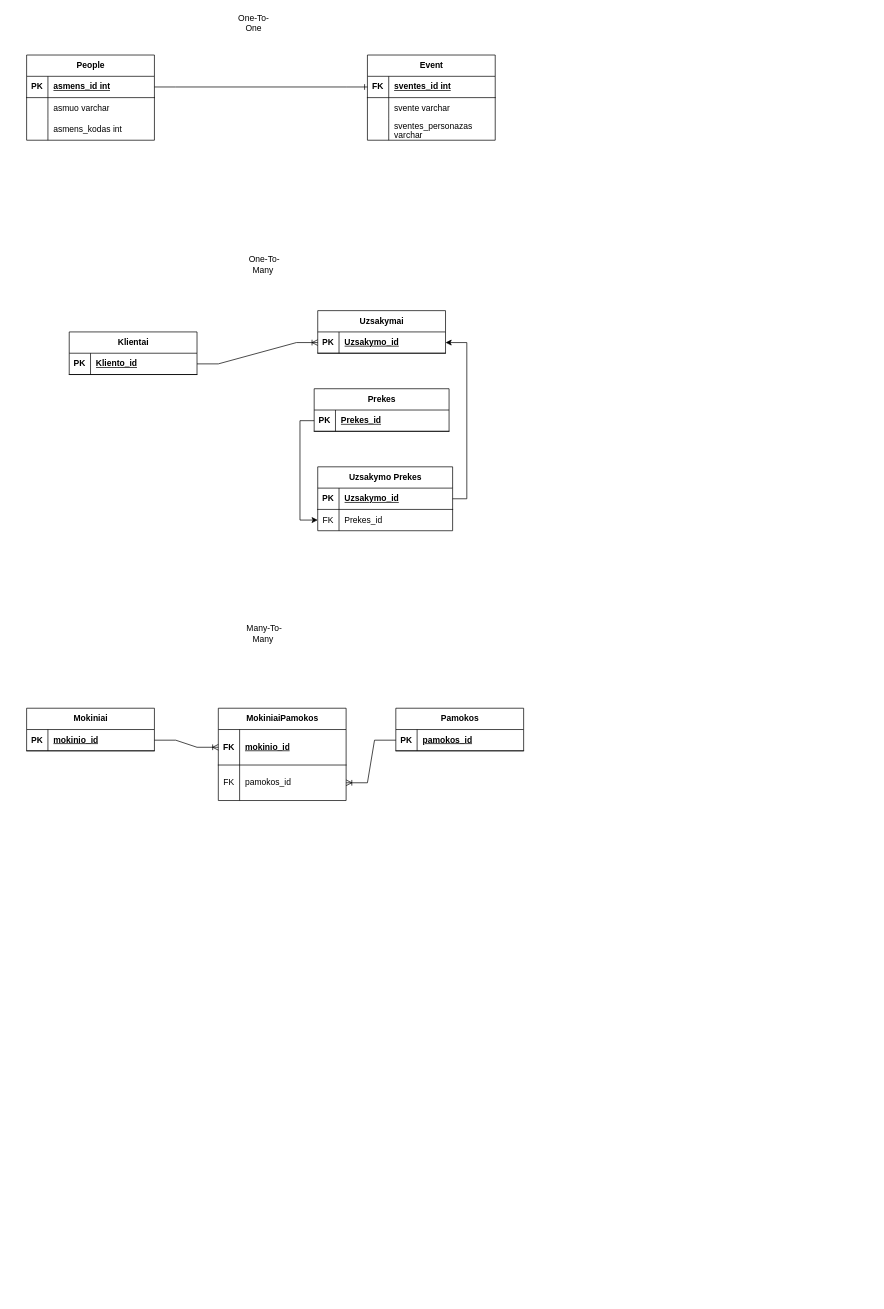
Earlier version of the draw.io diagram 2/hmm.drawio (kestulka/sql). Source tidied: cells renumbered, new cells numbered last; positions are measured from the earlier drawing's top-left corner, leaving out a move shared by most shapes. Both pictures are drawn from the tidied source at 71%, with x=0, y=0 at pixel (26, 12).
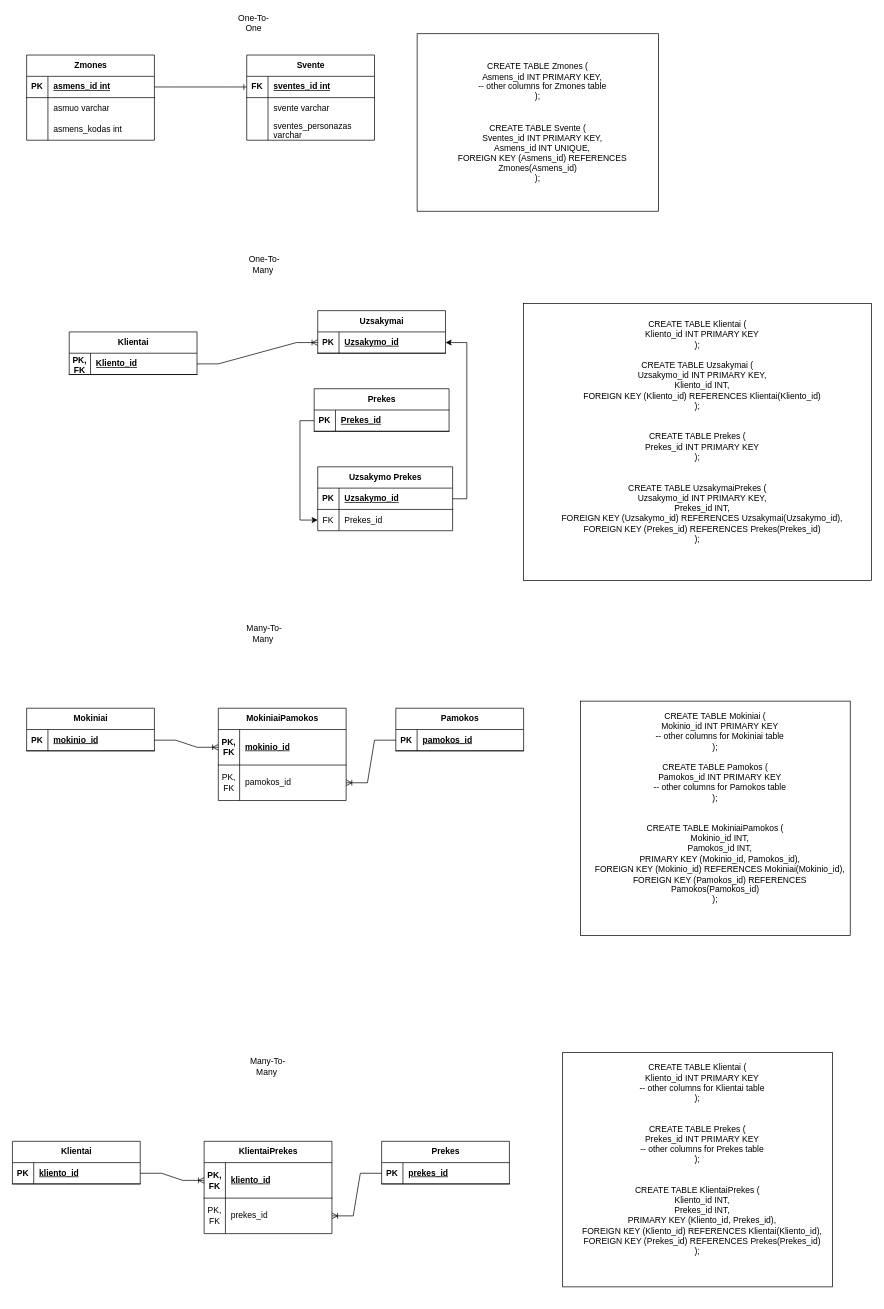
The same page after the edit.

The change refers to these unchanged cells:
```xml
<mxCell id="40" style="shape=tableRow;horizontal=0;startSize=0;swimlaneHead=0;swimlaneBody=0;fillColor=none;points=[[0,0.5],[1,0.5]];portConstraint=eastwest;top=0;left=0;right=0;bottom=1;" parent="39" vertex="1">
  <mxGeometry y="30" width="180" height="30" as="geometry" />
</mxCell>
<mxCell id="56" style="shape=tableRow;horizontal=0;startSize=0;swimlaneHead=0;swimlaneBody=0;fillColor=none;points=[[0,0.5],[1,0.5]];portConstraint=eastwest;top=0;left=0;right=0;bottom=1;" parent="55" vertex="1">
  <mxGeometry y="30" width="180" height="50" as="geometry" />
</mxCell>
<mxCell id="59" style="shape=tableRow;horizontal=0;startSize=0;swimlaneHead=0;swimlaneBody=0;fillColor=none;points=[[0,0.5],[1,0.5]];portConstraint=eastwest;top=0;left=0;right=0;bottom=0;" parent="55" vertex="1">
  <mxGeometry y="80" width="180" height="50" as="geometry" />
</mxCell>
```

The edit, as a diff of the source:
```diff
@@
-    <mxCell id="2" value="People" style="shape=table;startSize=30;childLayout=tableLayout;rowLines=0;fontStyle=1;align=center;html=1;" parent="1" vertex="1">
+    <mxCell id="2" value="Zmones" style="shape=table;startSize=30;childLayout=tableLayout;rowLines=0;fontStyle=1;align=center;html=1;" parent="1" vertex="1">
       <mxGeometry y="60" width="180" height="120" as="geometry" />
     </mxCell>
@@
-    <mxCell id="12" value="Event" style="shape=table;startSize=30;childLayout=tableLayout;rowLines=0;fontStyle=1;align=center;html=1;" parent="1" vertex="1">
-      <mxGeometry x="480" y="60" width="180" height="120" as="geometry" />
+    <mxCell id="12" value="Svente" style="shape=table;startSize=30;childLayout=tableLayout;rowLines=0;fontStyle=1;align=center;html=1;" parent="1" vertex="1">
+      <mxGeometry x="310" y="60" width="180" height="120" as="geometry" />
     </mxCell>
@@
-    <mxCell id="41" value="PK" style="shape=partialRectangle;fillColor=none;top=0;left=0;bottom=0;right=0;fontStyle=1;overflow=hidden;whiteSpace=wrap;html=1;" parent="40" vertex="1">
+    <mxCell id="41" value="PK, FK" style="shape=partialRectangle;fillColor=none;top=0;left=0;bottom=0;right=0;fontStyle=1;overflow=hidden;whiteSpace=wrap;html=1;" parent="40" vertex="1">
       <mxGeometry width="30" height="30" as="geometry" />
     </mxCell>
@@
-    <mxCell id="57" value="FK" style="shape=partialRectangle;fillColor=none;top=0;left=0;bottom=0;right=0;fontStyle=1;overflow=hidden;whiteSpace=wrap;html=1;" parent="56" vertex="1">
+    <mxCell id="57" value="PK, FK" style="shape=partialRectangle;fillColor=none;top=0;left=0;bottom=0;right=0;fontStyle=1;overflow=hidden;whiteSpace=wrap;html=1;" parent="56" vertex="1">
       <mxGeometry width="30" height="50" as="geometry" />
     </mxCell>
@@
-    <mxCell id="60" value="FK" style="shape=partialRectangle;fillColor=none;top=0;left=0;bottom=0;right=0;overflow=hidden;whiteSpace=wrap;html=1;" parent="59" vertex="1">
+    <mxCell id="60" value="PK, FK" style="shape=partialRectangle;fillColor=none;top=0;left=0;bottom=0;right=0;overflow=hidden;whiteSpace=wrap;html=1;" parent="59" vertex="1">
       <mxGeometry width="30" height="50" as="geometry" />
     </mxCell>
@@
+    <mxCell id="65" value="Many-To-Many&amp;nbsp;" style="text;strokeColor=none;align=center;fillColor=none;html=1;verticalAlign=middle;whiteSpace=wrap;rounded=0;" parent="1" vertex="1">
+      <mxGeometry x="310" y="1470" width="60" height="30" as="geometry" />
+    </mxCell>
+    <mxCell id="66" value="Klientai" style="shape=table;startSize=30;childLayout=tableLayout;rowLines=0;fontStyle=1;align=center;html=1;" parent="1" vertex="1">
+      <mxGeometry x="-20" y="1590" width="180" height="60" as="geometry" />
+    </mxCell>
+    <mxCell id="67" style="shape=tableRow;horizontal=0;startSize=0;swimlaneHead=0;swimlaneBody=0;fillColor=none;points=[[0,0.5],[1,0.5]];portConstraint=eastwest;top=0;left=0;right=0;bottom=1;" parent="66" vertex="1">
+      <mxGeometry y="30" width="180" height="30" as="geometry" />
+    </mxCell>
+    <mxCell id="68" value="PK" style="shape=partialRectangle;fillColor=none;top=0;left=0;bottom=0;right=0;fontStyle=1;overflow=hidden;whiteSpace=wrap;html=1;" parent="67" vertex="1">
+      <mxGeometry width="30" height="30" as="geometry" />
+    </mxCell>
+    <mxCell id="69" value="kliento_id" style="shape=partialRectangle;fillColor=none;top=0;left=0;bottom=0;right=0;align=left;spacingLeft=6;fontStyle=5;overflow=hidden;whiteSpace=wrap;html=1;" parent="67" vertex="1">
+      <mxGeometry x="30" width="150" height="30" as="geometry" />
+    </mxCell>
+    <mxCell id="70" value="Prekes" style="shape=table;startSize=30;childLayout=tableLayout;rowLines=0;fontStyle=1;align=center;html=1;" parent="1" vertex="1">
+      <mxGeometry x="500" y="1590" width="180" height="60" as="geometry" />
+    </mxCell>
+    <mxCell id="71" style="shape=tableRow;horizontal=0;startSize=0;swimlaneHead=0;swimlaneBody=0;fillColor=none;points=[[0,0.5],[1,0.5]];portConstraint=eastwest;top=0;left=0;right=0;bottom=1;" parent="70" vertex="1">
+      <mxGeometry y="30" width="180" height="30" as="geometry" />
+    </mxCell>
+    <mxCell id="72" value="PK" style="shape=partialRectangle;fillColor=none;top=0;left=0;bottom=0;right=0;fontStyle=1;overflow=hidden;whiteSpace=wrap;html=1;" parent="71" vertex="1">
+      <mxGeometry width="30" height="30" as="geometry" />
+    </mxCell>
+    <mxCell id="73" value="prekes_id" style="shape=partialRectangle;fillColor=none;top=0;left=0;bottom=0;right=0;align=left;spacingLeft=6;fontStyle=5;overflow=hidden;whiteSpace=wrap;html=1;" parent="71" vertex="1">
+      <mxGeometry x="30" width="150" height="30" as="geometry" />
+    </mxCell>
+    <mxCell id="74" value="KlientaiPrekes" style="shape=table;startSize=30;childLayout=tableLayout;rowLines=0;fontStyle=1;align=center;html=1;" parent="1" vertex="1">
+      <mxGeometry x="250" y="1590" width="180" height="130" as="geometry" />
+    </mxCell>
+    <mxCell id="75" style="shape=tableRow;horizontal=0;startSize=0;swimlaneHead=0;swimlaneBody=0;fillColor=none;points=[[0,0.5],[1,0.5]];portConstraint=eastwest;top=0;left=0;right=0;bottom=1;" parent="74" vertex="1">
+      <mxGeometry y="30" width="180" height="50" as="geometry" />
+    </mxCell>
+    <mxCell id="76" value="PK, FK" style="shape=partialRectangle;fillColor=none;top=0;left=0;bottom=0;right=0;fontStyle=1;overflow=hidden;whiteSpace=wrap;html=1;" parent="75" vertex="1">
+      <mxGeometry width="30" height="50" as="geometry" />
+    </mxCell>
+    <mxCell id="77" value="kliento_id" style="shape=partialRectangle;fillColor=none;top=0;left=0;bottom=0;right=0;align=left;spacingLeft=6;fontStyle=5;overflow=hidden;whiteSpace=wrap;html=1;" parent="75" vertex="1">
+      <mxGeometry x="30" width="150" height="50" as="geometry" />
+    </mxCell>
+    <mxCell id="78" style="shape=tableRow;horizontal=0;startSize=0;swimlaneHead=0;swimlaneBody=0;fillColor=none;points=[[0,0.5],[1,0.5]];portConstraint=eastwest;top=0;left=0;right=0;bottom=0;" parent="74" vertex="1">
+      <mxGeometry y="80" width="180" height="50" as="geometry" />
+    </mxCell>
+    <mxCell id="79" value="PK, FK" style="shape=partialRectangle;fillColor=none;top=0;left=0;bottom=0;right=0;overflow=hidden;whiteSpace=wrap;html=1;" parent="78" vertex="1">
+      <mxGeometry width="30" height="50" as="geometry" />
+    </mxCell>
+    <mxCell id="80" value="prekes_id" style="shape=partialRectangle;fillColor=none;top=0;left=0;bottom=0;right=0;align=left;spacingLeft=6;overflow=hidden;whiteSpace=wrap;html=1;" parent="78" vertex="1">
+      <mxGeometry x="30" width="150" height="50" as="geometry" />
+    </mxCell>
+    <mxCell id="81" style="edgeStyle=entityRelationEdgeStyle;fontSize=12;html=1;endArrow=ERoneToMany;rounded=0;exitX=1;exitY=0.5;exitDx=0;exitDy=0;entryX=0;entryY=0.5;entryDx=0;entryDy=0;" parent="1" edge="1" source="67" target="75">
+      <mxGeometry relative="1" as="geometry" />
+    </mxCell>
+    <mxCell id="82" style="edgeStyle=entityRelationEdgeStyle;fontSize=12;html=1;endArrow=ERoneToMany;rounded=0;exitX=0;exitY=0.5;exitDx=0;exitDy=0;entryX=1;entryY=0.5;entryDx=0;entryDy=0;" parent="1" edge="1" source="71" target="78">
+      <mxGeometry relative="1" as="geometry" />
+    </mxCell>
+    <mxCell id="83" value="&lt;div&gt;&lt;br&gt;&lt;/div&gt;&lt;div&gt;CREATE TABLE Zmones (&lt;/div&gt;&lt;div&gt;&amp;nbsp; &amp;nbsp; Asmens_id INT PRIMARY KEY,&lt;/div&gt;&lt;div&gt;&amp;nbsp; &amp;nbsp; -- other columns for Zmones table&lt;/div&gt;&lt;div&gt;);&lt;/div&gt;&lt;div&gt;&lt;br&gt;&lt;/div&gt;&lt;div&gt;&lt;br&gt;&lt;/div&gt;&lt;div&gt;CREATE TABLE Svente (&lt;/div&gt;&lt;div&gt;&amp;nbsp; &amp;nbsp; Sventes_id INT PRIMARY KEY,&lt;/div&gt;&lt;div&gt;&amp;nbsp; &amp;nbsp; Asmens_id INT UNIQUE,&lt;/div&gt;&lt;div&gt;&amp;nbsp; &amp;nbsp; FOREIGN KEY (Asmens_id) REFERENCES Zmones(Asmens_id)&lt;/div&gt;&lt;div&gt;);&lt;/div&gt;&lt;div&gt;&lt;br&gt;&lt;/div&gt;" style="whiteSpace=wrap;html=1;" parent="1" vertex="1">
+      <mxGeometry x="550" y="30" width="340" height="250" as="geometry" />
+    </mxCell>
+    <mxCell id="84" value="&lt;div&gt;&lt;div&gt;&lt;span style=&quot;background-color: initial;&quot;&gt;CREATE TABLE Klientai (&lt;/span&gt;&lt;br&gt;&lt;/div&gt;&lt;div&gt;&amp;nbsp; &amp;nbsp; Kliento_id INT PRIMARY KEY&lt;/div&gt;&lt;div&gt;);&lt;/div&gt;&lt;div&gt;&lt;br&gt;&lt;/div&gt;&lt;div&gt;&lt;span style=&quot;background-color: initial;&quot;&gt;CREATE TABLE Uzsakymai (&lt;/span&gt;&lt;br&gt;&lt;/div&gt;&lt;div&gt;&amp;nbsp; &amp;nbsp; Uzsakymo_id INT PRIMARY KEY,&lt;/div&gt;&lt;div&gt;&amp;nbsp; &amp;nbsp; Kliento_id INT,&lt;/div&gt;&lt;div&gt;&amp;nbsp; &amp;nbsp; FOREIGN KEY (Kliento_id) REFERENCES Klientai(Kliento_id)&lt;/div&gt;&lt;div&gt;);&lt;/div&gt;&lt;div&gt;&lt;br&gt;&lt;/div&gt;&lt;div&gt;&lt;br&gt;&lt;/div&gt;&lt;div&gt;CREATE TABLE Prekes (&lt;/div&gt;&lt;div&gt;&amp;nbsp; &amp;nbsp; Prekes_id INT PRIMARY KEY&lt;/div&gt;&lt;div&gt;);&lt;/div&gt;&lt;div&gt;&lt;br&gt;&lt;/div&gt;&lt;div&gt;&lt;br&gt;&lt;/div&gt;&lt;div&gt;CREATE TABLE UzsakymaiPrekes (&lt;/div&gt;&lt;div&gt;&amp;nbsp; &amp;nbsp; Uzsakymo_id INT PRIMARY KEY,&lt;/div&gt;&lt;div&gt;&amp;nbsp; &amp;nbsp; Prekes_id INT,&lt;/div&gt;&lt;div&gt;&amp;nbsp; &amp;nbsp; FOREIGN KEY (Uzsakymo_id) REFERENCES Uzsakymai(Uzsakymo_id),&lt;/div&gt;&lt;div&gt;&amp;nbsp; &amp;nbsp; FOREIGN KEY (Prekes_id) REFERENCES Prekes(Prekes_id)&lt;/div&gt;&lt;div&gt;);&lt;/div&gt;&lt;/div&gt;&lt;div&gt;&lt;br&gt;&lt;/div&gt;&lt;div&gt;&lt;br&gt;&lt;/div&gt;" style="whiteSpace=wrap;html=1;" parent="1" vertex="1">
+      <mxGeometry x="700" y="410" width="490" height="390" as="geometry" />
+    </mxCell>
+    <mxCell id="85" value="&lt;div&gt;&lt;div&gt;&lt;br&gt;&lt;/div&gt;&lt;div&gt;CREATE TABLE Mokiniai (&lt;/div&gt;&lt;div&gt;&amp;nbsp; &amp;nbsp; Mokinio_id INT PRIMARY KEY&lt;/div&gt;&lt;div&gt;&amp;nbsp; &amp;nbsp; -- other columns for Mokiniai table&lt;/div&gt;&lt;div&gt;);&lt;/div&gt;&lt;div&gt;&lt;br&gt;&lt;/div&gt;&lt;div&gt;CREATE TABLE Pamokos (&lt;/div&gt;&lt;div&gt;&amp;nbsp; &amp;nbsp; Pamokos_id INT PRIMARY KEY&lt;/div&gt;&lt;div&gt;&amp;nbsp; &amp;nbsp; -- other columns for Pamokos table&lt;/div&gt;&lt;div&gt;);&lt;/div&gt;&lt;div&gt;&lt;br&gt;&lt;/div&gt;&lt;div&gt;&lt;br&gt;&lt;/div&gt;&lt;div&gt;CREATE TABLE MokiniaiPamokos (&lt;/div&gt;&lt;div&gt;&amp;nbsp; &amp;nbsp; Mokinio_id INT,&lt;/div&gt;&lt;div&gt;&amp;nbsp; &amp;nbsp; Pamokos_id INT,&lt;/div&gt;&lt;div&gt;&amp;nbsp; &amp;nbsp; PRIMARY KEY (Mokinio_id, Pamokos_id),&lt;/div&gt;&lt;div&gt;&amp;nbsp; &amp;nbsp; FOREIGN KEY (Mokinio_id) REFERENCES Mokiniai(Mokinio_id),&lt;/div&gt;&lt;div&gt;&amp;nbsp; &amp;nbsp; FOREIGN KEY (Pamokos_id) REFERENCES Pamokos(Pamokos_id)&lt;/div&gt;&lt;div&gt;);&lt;/div&gt;&lt;/div&gt;&lt;div&gt;&lt;br&gt;&lt;/div&gt;&lt;div&gt;&lt;br&gt;&lt;/div&gt;&lt;div&gt;&lt;br&gt;&lt;/div&gt;" style="whiteSpace=wrap;html=1;" parent="1" vertex="1">
+      <mxGeometry x="780" y="970" width="380" height="330" as="geometry" />
+    </mxCell>
+    <mxCell id="86" value="&lt;div&gt;&lt;div&gt;&lt;br&gt;&lt;/div&gt;&lt;div&gt;&lt;div&gt;&lt;br&gt;&lt;/div&gt;&lt;div&gt;CREATE TABLE Klientai (&lt;/div&gt;&lt;div&gt;&amp;nbsp; &amp;nbsp; Kliento_id INT PRIMARY KEY&lt;/div&gt;&lt;div&gt;&amp;nbsp; &amp;nbsp; -- other columns for Klientai table&lt;/div&gt;&lt;div&gt;);&lt;/div&gt;&lt;div&gt;&lt;br&gt;&lt;/div&gt;&lt;div&gt;&lt;br&gt;&lt;/div&gt;&lt;div&gt;CREATE TABLE Prekes (&lt;/div&gt;&lt;div&gt;&amp;nbsp; &amp;nbsp; Prekes_id INT PRIMARY KEY&lt;/div&gt;&lt;div&gt;&amp;nbsp; &amp;nbsp; -- other columns for Prekes table&lt;/div&gt;&lt;div&gt;);&lt;/div&gt;&lt;div&gt;&lt;br&gt;&lt;/div&gt;&lt;div&gt;&lt;br&gt;&lt;/div&gt;&lt;div&gt;CREATE TABLE KlientaiPrekes (&lt;/div&gt;&lt;div&gt;&amp;nbsp; &amp;nbsp; Kliento_id INT,&lt;/div&gt;&lt;div&gt;&amp;nbsp; &amp;nbsp; Prekes_id INT,&lt;/div&gt;&lt;div&gt;&amp;nbsp; &amp;nbsp; PRIMARY KEY (Kliento_id, Prekes_id),&lt;/div&gt;&lt;div&gt;&amp;nbsp; &amp;nbsp; FOREIGN KEY (Kliento_id) REFERENCES Klientai(Kliento_id),&lt;/div&gt;&lt;div&gt;&amp;nbsp; &amp;nbsp; FOREIGN KEY (Prekes_id) REFERENCES Prekes(Prekes_id)&lt;/div&gt;&lt;div&gt;);&lt;/div&gt;&lt;/div&gt;&lt;/div&gt;&lt;div&gt;&lt;br&gt;&lt;/div&gt;&lt;div&gt;&lt;br&gt;&lt;/div&gt;&lt;div&gt;&lt;br&gt;&lt;/div&gt;&lt;div&gt;&lt;br&gt;&lt;/div&gt;" style="whiteSpace=wrap;html=1;" parent="1" vertex="1">
+      <mxGeometry x="755" y="1465" width="380" height="330" as="geometry" />
+    </mxCell>
```
